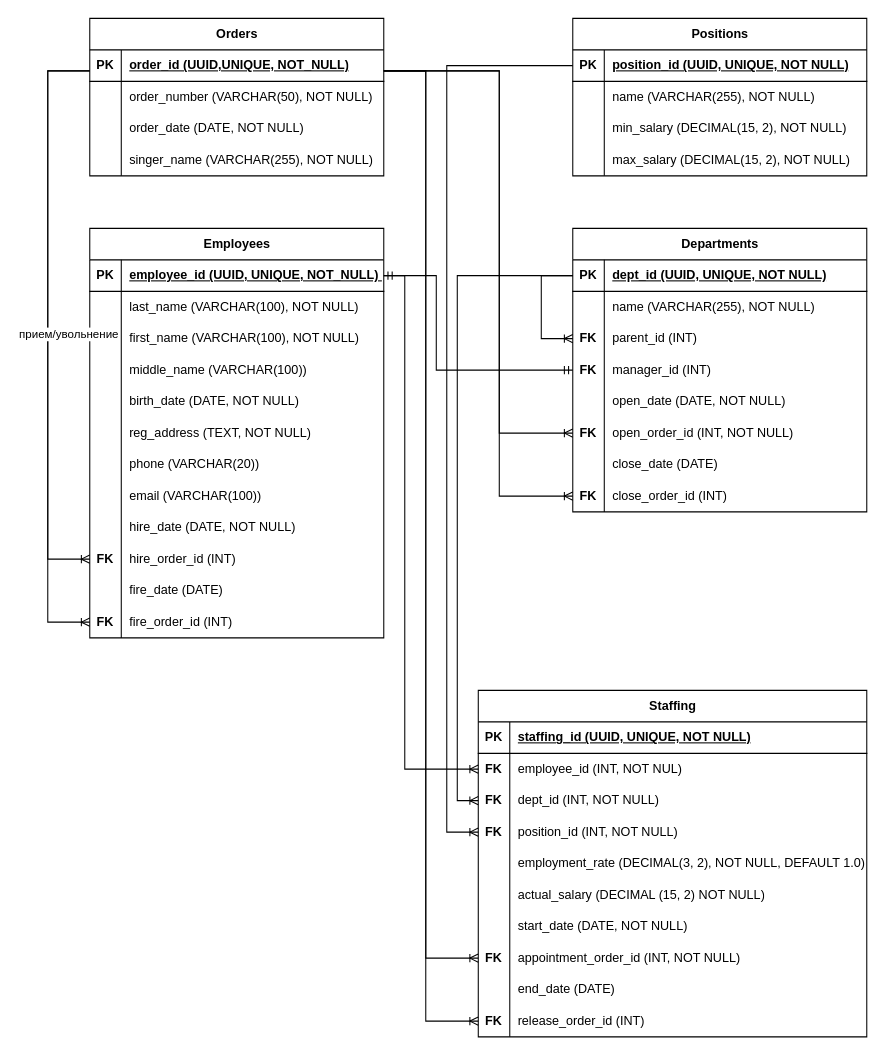
This is Lab_3/db_diargam.drawio from DmitriyZaharov/DEV_DB_2026, a draw.io file, before an edit. Source tidied: cells renumbered, new cells numbered last; positions are measured from the earlier drawing's top-left corner, leaving out a move shared by most shapes. Both pictures are drawn from the tidied source at 105%, with x=0, y=0 at pixel (47, 18).
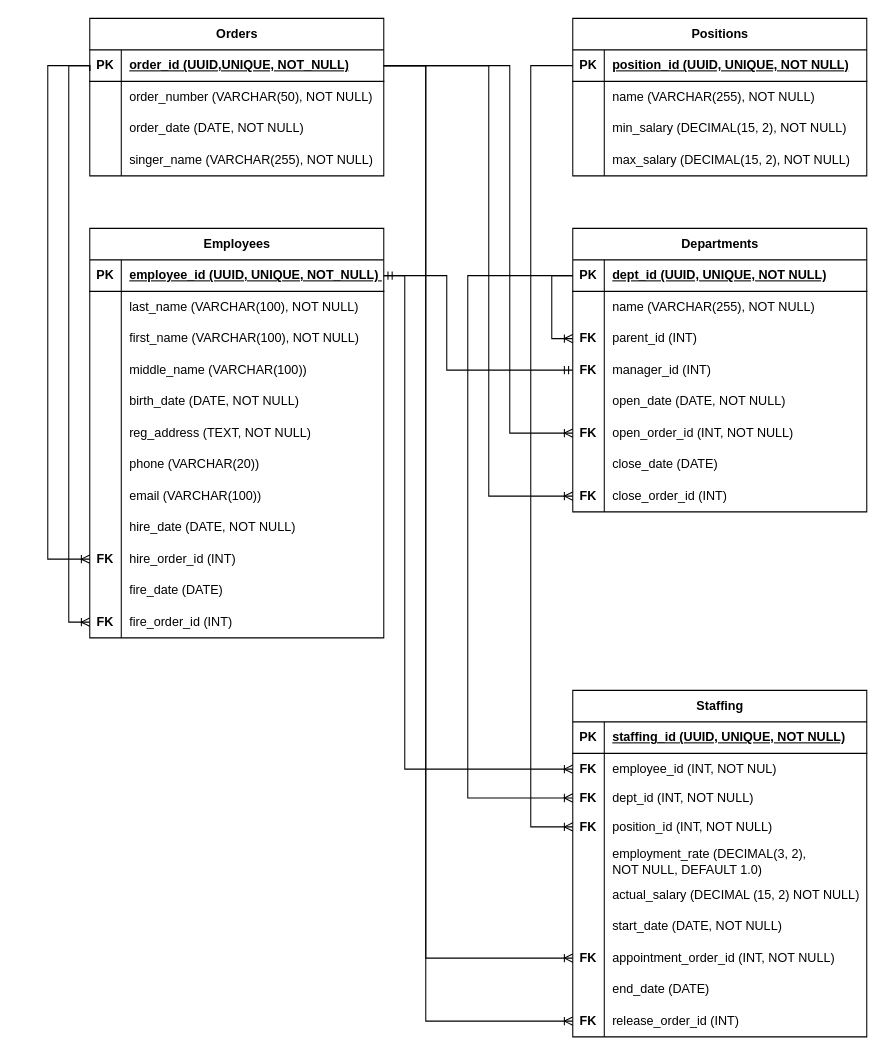
After the change.

The change refers to these unchanged cells:
```xml
<mxCell id="16" style="shape=tableRow;horizontal=0;startSize=0;swimlaneHead=0;swimlaneBody=0;fillColor=none;points=[[0,0.5],[1,0.5]];portConstraint=eastwest;top=0;left=0;right=0;bottom=1;" parent="15" vertex="1">
  <mxGeometry y="30" width="280" height="30" as="geometry" />
</mxCell>
<mxCell id="29" style="shape=tableRow;horizontal=0;startSize=0;swimlaneHead=0;swimlaneBody=0;fillColor=none;points=[[0,0.5],[1,0.5]];portConstraint=eastwest;top=0;left=0;right=0;bottom=1;" parent="28" vertex="1">
  <mxGeometry y="30" width="280" height="30" as="geometry" />
</mxCell>
<mxCell id="56" style="shape=tableRow;horizontal=0;startSize=0;swimlaneHead=0;swimlaneBody=0;fillColor=none;points=[[0,0.5],[1,0.5]];portConstraint=eastwest;top=0;left=0;right=0;bottom=0;" parent="28" vertex="1">
  <mxGeometry y="300" width="280" height="30" as="geometry" />
</mxCell>
<mxCell id="65" value="Departments" style="shape=table;startSize=30;childLayout=tableLayout;rowLines=0;fontStyle=1;align=center;html=1;" parent="1" vertex="1">
  <mxGeometry x="500" y="200" width="280" height="270" as="geometry" />
</mxCell>
<mxCell id="66" style="shape=tableRow;horizontal=0;startSize=0;swimlaneHead=0;swimlaneBody=0;fillColor=none;points=[[0,0.5],[1,0.5]];portConstraint=eastwest;top=0;left=0;right=0;bottom=1;" parent="65" vertex="1">
  <mxGeometry y="30" width="280" height="30" as="geometry" />
</mxCell>
<mxCell id="72" style="shape=tableRow;horizontal=0;startSize=0;swimlaneHead=0;swimlaneBody=0;fillColor=none;points=[[0,0.5],[1,0.5]];portConstraint=eastwest;top=0;left=0;right=0;bottom=0;" parent="65" vertex="1">
  <mxGeometry y="90" width="280" height="30" as="geometry" />
</mxCell>
<mxCell id="75" style="shape=tableRow;horizontal=0;startSize=0;swimlaneHead=0;swimlaneBody=0;fillColor=none;points=[[0,0.5],[1,0.5]];portConstraint=eastwest;top=0;left=0;right=0;bottom=0;" parent="65" vertex="1">
  <mxGeometry y="120" width="280" height="30" as="geometry" />
</mxCell>
<mxCell id="81" style="shape=tableRow;horizontal=0;startSize=0;swimlaneHead=0;swimlaneBody=0;fillColor=none;points=[[0,0.5],[1,0.5]];portConstraint=eastwest;top=0;left=0;right=0;bottom=0;" parent="65" vertex="1">
  <mxGeometry y="180" width="280" height="30" as="geometry" />
</mxCell>
<mxCell id="87" style="shape=tableRow;horizontal=0;startSize=0;swimlaneHead=0;swimlaneBody=0;fillColor=none;points=[[0,0.5],[1,0.5]];portConstraint=eastwest;top=0;left=0;right=0;bottom=0;" parent="65" vertex="1">
  <mxGeometry y="240" width="280" height="30" as="geometry" />
</mxCell>
```

What changed in the source:
```diff
@@
-    <mxCell id="90" style="edgeStyle=elbowEdgeStyle;fontSize=12;html=1;endArrow=ERoneToMany;rounded=0;exitX=0;exitY=0.5;exitDx=0;exitDy=0;entryX=0;entryY=0.5;entryDx=0;entryDy=0;" parent="65" edge="1" source="66" target="72">
+    <mxCell id="90" style="edgeStyle=elbowEdgeStyle;fontSize=12;html=1;endArrow=ERoneToMany;rounded=0;exitX=0;exitY=0.5;exitDx=0;exitDy=0;" parent="65" edge="1" source="66" target="72">
       <mxGeometry relative="1" as="geometry">
         <Array as="points">
-          <mxPoint x="-30" y="70" />
+          <mxPoint x="-20" y="75" />
         </Array>
       </mxGeometry>
     </mxCell>
     <mxCell id="91" value="Staffing" style="shape=table;startSize=30;childLayout=tableLayout;rowLines=0;fontStyle=1;align=center;html=1;" parent="1" vertex="1">
-      <mxGeometry x="410" y="640" width="370" height="330" as="geometry" />
+      <mxGeometry x="500" y="640" width="280" height="330" as="geometry" />
     </mxCell>
     <mxCell id="92" style="shape=tableRow;horizontal=0;startSize=0;swimlaneHead=0;swimlaneBody=0;fillColor=none;top=0;left=0;right=0;bottom=1;" parent="91" vertex="1">
-      <mxGeometry y="30" width="370" height="30" as="geometry" />
+      <mxGeometry y="30" width="280" height="30" as="geometry" />
     </mxCell>
@@
     <mxCell id="94" value="staffing_id (UUID, UNIQUE, NOT NULL)" style="shape=partialRectangle;fillColor=none;top=0;left=0;bottom=0;right=0;align=left;spacingLeft=6;fontStyle=5;overflow=hidden;whiteSpace=wrap;html=1;" parent="92" vertex="1">
-      <mxGeometry x="30" width="340" height="30" as="geometry" />
+      <mxGeometry x="30" width="250" height="30" as="geometry" />
     </mxCell>
     <mxCell id="95" style="shape=tableRow;horizontal=0;startSize=0;swimlaneHead=0;swimlaneBody=0;fillColor=none;points=[[0,0.5],[1,0.5]];portConstraint=eastwest;top=0;left=0;right=0;bottom=0;" parent="91" vertex="1">
-      <mxGeometry y="60" width="370" height="30" as="geometry" />
+      <mxGeometry y="60" width="280" height="30" as="geometry" />
     </mxCell>
@@
     <mxCell id="97" value="employee_id (INT, NOT NUL)" style="shape=partialRectangle;fillColor=none;top=0;left=0;bottom=0;right=0;align=left;spacingLeft=6;overflow=hidden;whiteSpace=wrap;html=1;" parent="95" vertex="1">
-      <mxGeometry x="30" width="340" height="30" as="geometry" />
+      <mxGeometry x="30" width="250" height="30" as="geometry" />
     </mxCell>
     <mxCell id="98" style="shape=tableRow;horizontal=0;startSize=0;swimlaneHead=0;swimlaneBody=0;fillColor=none;points=[[0,0.5],[1,0.5]];portConstraint=eastwest;top=0;left=0;right=0;bottom=0;" parent="91" vertex="1">
-      <mxGeometry y="90" width="370" height="30" as="geometry" />
+      <mxGeometry y="90" width="280" height="25" as="geometry" />
     </mxCell>
     <mxCell id="99" value="&lt;b&gt;FK&lt;/b&gt;" style="shape=partialRectangle;fillColor=none;top=0;left=0;bottom=0;right=0;overflow=hidden;whiteSpace=wrap;html=1;" parent="98" vertex="1">
-      <mxGeometry width="30" height="30" as="geometry" />
+      <mxGeometry width="30" height="25" as="geometry" />
     </mxCell>
     <mxCell id="100" value="dept_id (INT, NOT NULL)" style="shape=partialRectangle;fillColor=none;top=0;left=0;bottom=0;right=0;align=left;spacingLeft=6;overflow=hidden;whiteSpace=wrap;html=1;" parent="98" vertex="1">
-      <mxGeometry x="30" width="340" height="30" as="geometry" />
+      <mxGeometry x="30" width="250" height="25" as="geometry" />
     </mxCell>
     <mxCell id="101" style="shape=tableRow;horizontal=0;startSize=0;swimlaneHead=0;swimlaneBody=0;fillColor=none;points=[[0,0.5],[1,0.5]];portConstraint=eastwest;top=0;left=0;right=0;bottom=0;" parent="91" vertex="1">
-      <mxGeometry y="120" width="370" height="30" as="geometry" />
+      <mxGeometry y="115" width="280" height="30" as="geometry" />
     </mxCell>
@@
     <mxCell id="103" value="position_id (INT, NOT NULL)" style="shape=partialRectangle;fillColor=none;top=0;left=0;bottom=0;right=0;align=left;spacingLeft=6;overflow=hidden;whiteSpace=wrap;html=1;" parent="101" vertex="1">
-      <mxGeometry x="30" width="340" height="30" as="geometry" />
+      <mxGeometry x="30" width="250" height="30" as="geometry" />
     </mxCell>
     <mxCell id="104" style="shape=tableRow;horizontal=0;startSize=0;swimlaneHead=0;swimlaneBody=0;fillColor=none;top=0;left=0;right=0;bottom=0;" parent="91" vertex="1">
-      <mxGeometry y="150" width="370" height="30" as="geometry" />
+      <mxGeometry y="145" width="280" height="35" as="geometry" />
     </mxCell>
     <mxCell id="105" style="shape=partialRectangle;fillColor=none;top=0;left=0;bottom=0;right=0;overflow=hidden;whiteSpace=wrap;html=1;" parent="104" vertex="1">
-      <mxGeometry width="30" height="30" as="geometry" />
+      <mxGeometry width="30" height="35" as="geometry" />
     </mxCell>
-    <mxCell id="106" value="employment_rate (DECIMAL(3, 2), NOT NULL, DEFAULT 1.0)" style="shape=partialRectangle;fillColor=none;top=0;left=0;bottom=0;right=0;align=left;spacingLeft=6;overflow=hidden;whiteSpace=wrap;html=1;" parent="104" vertex="1">
-      <mxGeometry x="30" width="340" height="30" as="geometry" />
+    <mxCell id="106" value="employment_rate (DECIMAL(3, 2),&amp;nbsp;&lt;div&gt;NOT NULL, DEFAULT 1.0)&lt;/div&gt;" style="shape=partialRectangle;fillColor=none;top=0;left=0;bottom=0;right=0;align=left;spacingLeft=6;overflow=hidden;whiteSpace=wrap;html=1;" parent="104" vertex="1">
+      <mxGeometry x="30" width="250" height="35" as="geometry" />
     </mxCell>
     <mxCell id="107" style="shape=tableRow;horizontal=0;startSize=0;swimlaneHead=0;swimlaneBody=0;fillColor=none;top=0;left=0;right=0;bottom=0;" parent="91" vertex="1">
-      <mxGeometry y="180" width="370" height="30" as="geometry" />
+      <mxGeometry y="180" width="280" height="30" as="geometry" />
     </mxCell>
@@
     <mxCell id="109" value="actual_salary (DECIMAL (15, 2) NOT NULL)" style="shape=partialRectangle;fillColor=none;top=0;left=0;bottom=0;right=0;align=left;spacingLeft=6;overflow=hidden;whiteSpace=wrap;html=1;" parent="107" vertex="1">
-      <mxGeometry x="30" width="340" height="30" as="geometry" />
+      <mxGeometry x="30" width="250" height="30" as="geometry" />
     </mxCell>
     <mxCell id="110" style="shape=tableRow;horizontal=0;startSize=0;swimlaneHead=0;swimlaneBody=0;fillColor=none;top=0;left=0;right=0;bottom=0;" parent="91" vertex="1">
-      <mxGeometry y="210" width="370" height="30" as="geometry" />
+      <mxGeometry y="210" width="280" height="30" as="geometry" />
     </mxCell>
@@
     <mxCell id="112" value="start_date (DATE, NOT NULL)" style="shape=partialRectangle;fillColor=none;top=0;left=0;bottom=0;right=0;align=left;spacingLeft=6;overflow=hidden;whiteSpace=wrap;html=1;" parent="110" vertex="1">
-      <mxGeometry x="30" width="340" height="30" as="geometry" />
+      <mxGeometry x="30" width="250" height="30" as="geometry" />
     </mxCell>
     <mxCell id="113" style="shape=tableRow;horizontal=0;startSize=0;swimlaneHead=0;swimlaneBody=0;fillColor=none;points=[[0,0.5],[1,0.5]];portConstraint=eastwest;top=0;left=0;right=0;bottom=0;" parent="91" vertex="1">
-      <mxGeometry y="240" width="370" height="30" as="geometry" />
+      <mxGeometry y="240" width="280" height="30" as="geometry" />
     </mxCell>
@@
     <mxCell id="115" value="appointment_order_id (INT, NOT NULL)" style="shape=partialRectangle;fillColor=none;top=0;left=0;bottom=0;right=0;align=left;spacingLeft=6;overflow=hidden;whiteSpace=wrap;html=1;" parent="113" vertex="1">
-      <mxGeometry x="30" width="340" height="30" as="geometry" />
+      <mxGeometry x="30" width="250" height="30" as="geometry" />
     </mxCell>
     <mxCell id="116" style="shape=tableRow;horizontal=0;startSize=0;swimlaneHead=0;swimlaneBody=0;fillColor=none;top=0;left=0;right=0;bottom=0;" parent="91" vertex="1">
-      <mxGeometry y="270" width="370" height="30" as="geometry" />
+      <mxGeometry y="270" width="280" height="30" as="geometry" />
     </mxCell>
@@
     <mxCell id="118" value="end_date (DATE)" style="shape=partialRectangle;fillColor=none;top=0;left=0;bottom=0;right=0;align=left;spacingLeft=6;overflow=hidden;whiteSpace=wrap;html=1;" parent="116" vertex="1">
-      <mxGeometry x="30" width="340" height="30" as="geometry" />
+      <mxGeometry x="30" width="250" height="30" as="geometry" />
     </mxCell>
     <mxCell id="119" style="shape=tableRow;horizontal=0;startSize=0;swimlaneHead=0;swimlaneBody=0;fillColor=none;points=[[0,0.5],[1,0.5]];portConstraint=eastwest;top=0;left=0;right=0;bottom=0;" parent="91" vertex="1">
-      <mxGeometry y="300" width="370" height="30" as="geometry" />
+      <mxGeometry y="300" width="280" height="30" as="geometry" />
     </mxCell>
@@
     <mxCell id="121" value="release_order_id (INT)" style="shape=partialRectangle;fillColor=none;top=0;left=0;bottom=0;right=0;align=left;spacingLeft=6;overflow=hidden;whiteSpace=wrap;html=1;" parent="119" vertex="1">
-      <mxGeometry x="30" width="340" height="30" as="geometry" />
+      <mxGeometry x="30" width="250" height="30" as="geometry" />
     </mxCell>
-    <mxCell id="122" style="edgeStyle=orthogonalEdgeStyle;fontSize=12;html=1;endArrow=ERoneToMany;rounded=0;exitX=0;exitY=0.5;exitDx=0;exitDy=0;" parent="1" edge="1">
+    <mxCell id="122" style="edgeStyle=orthogonalEdgeStyle;fontSize=12;html=1;endArrow=ERoneToMany;rounded=0;exitX=0;exitY=0.5;exitDx=0;exitDy=0;" parent="1" edge="1" target="56">
       <mxGeometry relative="1" as="geometry">
         <mxPoint x="40" y="50" as="sourcePoint" />
-        <mxPoint x="40" y="515" as="targetPoint" />
         <Array as="points">
-          <mxPoint y="50" />
+          <mxPoint x="40" y="45" />
+          <mxPoint y="45" />
           <mxPoint y="515" />
         </Array>
       </mxGeometry>
     </mxCell>
     <mxCell id="123" style="edgeStyle=orthogonalEdgeStyle;fontSize=12;html=1;endArrow=ERoneToMany;rounded=0;" parent="1" edge="1">
       <mxGeometry relative="1" as="geometry">
         <mxPoint x="40" y="50" as="sourcePoint" />
         <mxPoint x="40" y="575" as="targetPoint" />
         <Array as="points">
-          <mxPoint y="50" />
-          <mxPoint y="575" />
+          <mxPoint x="40" y="45" />
+          <mxPoint x="20" y="45" />
+          <mxPoint x="20" y="575" />
         </Array>
       </mxGeometry>
     </mxCell>
-    <mxCell id="124" value="прием/увольнение" style="edgeLabel;html=1;align=center;verticalAlign=middle;" parent="123" vertex="1">
-      <mxGeometry x="-0.04" relative="1" as="geometry">
-        <mxPoint x="19" as="offset" />
-      </mxGeometry>
-    </mxCell>
-    <mxCell id="125" style="edgeStyle=elbowEdgeStyle;fontSize=12;html=1;endArrow=ERoneToMany;rounded=0;exitX=1;exitY=0.5;exitDx=0;exitDy=0;entryX=0;entryY=0.5;entryDx=0;entryDy=0;" parent="1" edge="1" target="81">
+    <mxCell id="125" style="edgeStyle=elbowEdgeStyle;fontSize=12;html=1;endArrow=ERoneToMany;rounded=0;exitX=1;exitY=0.5;exitDx=0;exitDy=0;" parent="1" edge="1" target="81">
       <mxGeometry relative="1" as="geometry">
-        <mxPoint x="320" y="50" as="sourcePoint" />
+        <mxPoint x="320" y="45" as="sourcePoint" />
         <Array as="points">
-          <mxPoint x="430" y="220" />
+          <mxPoint x="440" y="220" />
         </Array>
       </mxGeometry>
     </mxCell>
     <mxCell id="126" style="edgeStyle=elbowEdgeStyle;fontSize=12;html=1;endArrow=ERoneToMany;rounded=0;entryX=0;entryY=0.5;entryDx=0;entryDy=0;" parent="1" edge="1" target="87">
       <mxGeometry relative="1" as="geometry">
-        <mxPoint x="320" y="50" as="sourcePoint" />
+        <mxPoint x="320" y="45" as="sourcePoint" />
         <Array as="points">
-          <mxPoint x="430" y="250" />
+          <mxPoint x="420" y="245" />
         </Array>
       </mxGeometry>
     </mxCell>
     <mxCell id="127" style="edgeStyle=elbowEdgeStyle;fontSize=12;html=1;endArrow=ERoneToMany;rounded=0;entryX=0;entryY=0.5;entryDx=0;entryDy=0;" parent="1" edge="1" target="113">
       <mxGeometry relative="1" as="geometry">
-        <mxPoint x="320" y="50" as="sourcePoint" />
+        <mxPoint x="320" y="45" as="sourcePoint" />
         <Array as="points">
-          <mxPoint x="360" y="470" />
+          <mxPoint x="360" y="465" />
         </Array>
       </mxGeometry>
     </mxCell>
-    <mxCell id="128" style="edgeStyle=elbowEdgeStyle;fontSize=12;html=1;endArrow=ERoneToMany;rounded=0;entryX=0;entryY=0.5;entryDx=0;entryDy=0;" parent="1" edge="1" target="119">
+    <mxCell id="128" style="edgeStyle=elbowEdgeStyle;fontSize=12;html=1;endArrow=ERoneToMany;rounded=0;" parent="1" edge="1" target="119">
       <mxGeometry relative="1" as="geometry">
-        <mxPoint x="320" y="50" as="sourcePoint" />
+        <mxPoint x="320" y="45" as="sourcePoint" />
         <Array as="points">
-          <mxPoint x="360" y="530" />
+          <mxPoint x="360" y="525" />
         </Array>
       </mxGeometry>
     </mxCell>
-    <mxCell id="129" style="edgeStyle=orthogonalEdgeStyle;fontSize=12;html=1;endArrow=ERmandOne;startArrow=ERmandOne;rounded=0;exitX=1;exitY=0.5;exitDx=0;exitDy=0;entryX=0;entryY=0.5;entryDx=0;entryDy=0;" parent="1" edge="1" source="29" target="75">
+    <mxCell id="129" style="edgeStyle=orthogonalEdgeStyle;fontSize=12;html=1;endArrow=ERmandOne;startArrow=ERmandOne;rounded=0;exitX=1;exitY=0.5;exitDx=0;exitDy=0;" parent="1" edge="1" source="29" target="75">
       <mxGeometry relative="1" as="geometry">
         <Array as="points">
-          <mxPoint x="370" y="245" />
-          <mxPoint x="370" y="335" />
+          <mxPoint x="380" y="245" />
+          <mxPoint x="380" y="335" />
         </Array>
       </mxGeometry>
     </mxCell>
-    <mxCell id="130" style="edgeStyle=elbowEdgeStyle;fontSize=12;html=1;endArrow=ERoneToMany;rounded=0;exitX=0;exitY=0.5;exitDx=0;exitDy=0;entryX=0;entryY=0.5;entryDx=0;entryDy=0;" parent="1" edge="1" source="16" target="101">
+    <mxCell id="130" style="edgeStyle=elbowEdgeStyle;fontSize=12;html=1;endArrow=ERoneToMany;rounded=0;" parent="1" edge="1" target="101">
       <mxGeometry relative="1" as="geometry">
+        <mxPoint x="500" y="45" as="sourcePoint" />
         <Array as="points">
-          <mxPoint x="380" y="410" />
+          <mxPoint x="460" y="410" />
         </Array>
       </mxGeometry>
     </mxCell>
-    <mxCell id="131" style="edgeStyle=elbowEdgeStyle;fontSize=12;html=1;endArrow=ERoneToMany;rounded=0;entryX=0;entryY=0.5;entryDx=0;entryDy=0;exitX=1;exitY=0.5;exitDx=0;exitDy=0;" parent="1" edge="1" source="29" target="95">
+    <mxCell id="131" style="edgeStyle=elbowEdgeStyle;fontSize=12;html=1;endArrow=ERoneToMany;rounded=0;exitX=1;exitY=0.5;exitDx=0;exitDy=0;" parent="1" edge="1" source="29" target="95">
       <mxGeometry relative="1" as="geometry">
         <Array as="points">
           <mxPoint x="340" y="480" />
         </Array>
       </mxGeometry>
     </mxCell>
-    <mxCell id="132" style="edgeStyle=elbowEdgeStyle;fontSize=12;html=1;endArrow=ERoneToMany;rounded=0;exitX=0;exitY=0.5;exitDx=0;exitDy=0;entryX=0;entryY=0.5;entryDx=0;entryDy=0;" parent="1" edge="1" source="66" target="98">
+    <mxCell id="132" style="edgeStyle=elbowEdgeStyle;fontSize=12;html=1;endArrow=ERoneToMany;rounded=0;exitX=0;exitY=0.5;exitDx=0;exitDy=0;" parent="1" edge="1" source="66" target="98">
       <mxGeometry relative="1" as="geometry">
         <Array as="points">
-          <mxPoint x="390" y="250" />
+          <mxPoint x="400" y="495" />
         </Array>
       </mxGeometry>
     </mxCell>
```
